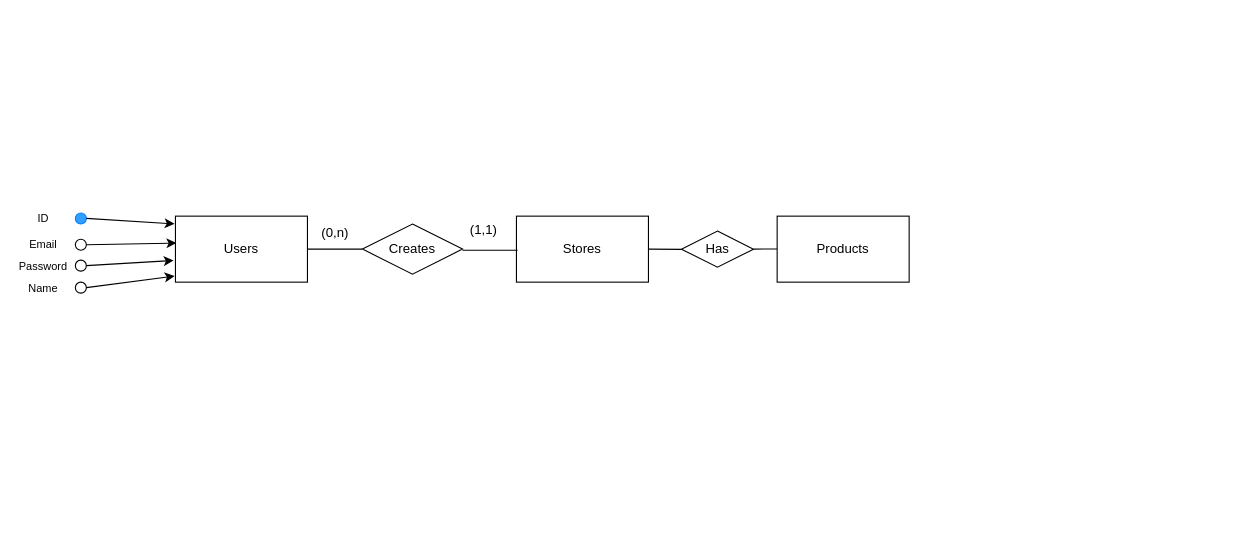
Above: Diseño coonceptual Ecommerce.drawio in calamoazul/diagramas-base-datos (draw.io), before the change. Source tidied: cells renumbered, new cells numbered last; positions are measured from the earlier drawing's top-left corner, leaving out a move shared by most shapes. Both pictures are drawn from the tidied source at 110%, with x=0, y=0 at pixel (21, 212).
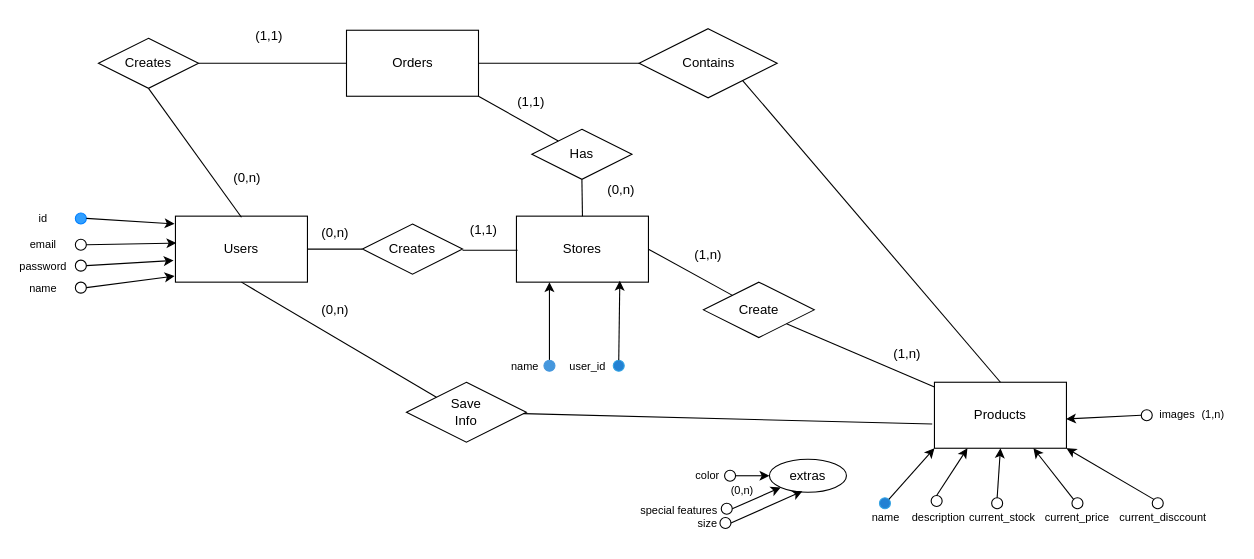
Above is the later version.

The change refers to these unchanged cells:
```xml
<mxCell id="2" value="Users" style="rounded=0;whiteSpace=wrap;html=1;" parent="1" vertex="1">
  <mxGeometry x="140" y="3" width="120" height="60" as="geometry" />
</mxCell>
<mxCell id="12" value="Stores" style="rounded=0;whiteSpace=wrap;html=1;" parent="1" vertex="1">
  <mxGeometry x="450" y="3" width="120" height="60" as="geometry" />
</mxCell>
```

The edit, as a diff of the source:
```diff
@@
-    <mxCell id="4" value="&lt;p style=&quot;line-height: 110%; font-size: 10px;&quot;&gt;Email&lt;/p&gt;" style="text;html=1;align=center;verticalAlign=middle;whiteSpace=wrap;rounded=0;" parent="1" vertex="1">
+    <mxCell id="4" value="&lt;p style=&quot;line-height: 110%; font-size: 10px;&quot;&gt;email&lt;/p&gt;" style="text;html=1;align=center;verticalAlign=middle;whiteSpace=wrap;rounded=0;" parent="1" vertex="1">
       <mxGeometry y="23" width="40" height="10" as="geometry" />
     </mxCell>
@@
-    <mxCell id="6" value="&lt;p style=&quot;line-height: 110%; font-size: 10px;&quot;&gt;Password&lt;/p&gt;" style="text;html=1;align=center;verticalAlign=middle;whiteSpace=wrap;rounded=0;" parent="1" vertex="1">
+    <mxCell id="6" value="&lt;p style=&quot;line-height: 110%; font-size: 10px;&quot;&gt;password&lt;/p&gt;" style="text;html=1;align=center;verticalAlign=middle;whiteSpace=wrap;rounded=0;" parent="1" vertex="1">
       <mxGeometry y="43" width="40" height="10" as="geometry" />
     </mxCell>
-    <mxCell id="7" value="&lt;p style=&quot;line-height: 110%; font-size: 10px;&quot;&gt;Name&lt;/p&gt;" style="text;html=1;align=center;verticalAlign=middle;whiteSpace=wrap;rounded=0;" parent="1" vertex="1">
+    <mxCell id="7" value="&lt;p style=&quot;line-height: 110%; font-size: 10px;&quot;&gt;name&lt;/p&gt;" style="text;html=1;align=center;verticalAlign=middle;whiteSpace=wrap;rounded=0;" parent="1" vertex="1">
       <mxGeometry y="63" width="40" height="10" as="geometry" />
     </mxCell>
@@
     <mxCell id="13" value="Products" style="rounded=0;whiteSpace=wrap;html=1;" parent="1" vertex="1">
-      <mxGeometry x="687" y="3" width="120" height="60" as="geometry" />
+      <mxGeometry x="830" y="154" width="120" height="60" as="geometry" />
     </mxCell>
@@
-    <mxCell id="19" value="&lt;p style=&quot;line-height: 110%; font-size: 10px;&quot;&gt;ID&lt;/p&gt;" style="text;html=1;align=center;verticalAlign=middle;whiteSpace=wrap;rounded=0;" parent="1" vertex="1">
+    <mxCell id="19" value="&lt;p style=&quot;line-height: 110%; font-size: 10px;&quot;&gt;id&lt;/p&gt;" style="text;html=1;align=center;verticalAlign=middle;whiteSpace=wrap;rounded=0;" parent="1" vertex="1">
       <mxGeometry y="0.2" width="40" height="10" as="geometry" />
     </mxCell>
@@
-    <mxCell id="22" value="Has" style="rhombus;whiteSpace=wrap;html=1;" parent="1" vertex="1">
-      <mxGeometry x="600" y="16.6" width="65.5" height="32.8" as="geometry" />
+    <mxCell id="22" value="Create" style="rhombus;whiteSpace=wrap;html=1;" parent="1" vertex="1">
+      <mxGeometry x="620" y="63" width="100.7" height="50.4" as="geometry" />
     </mxCell>
-    <mxCell id="23" style="endArrow=none;html=1;rounded=0;" parent="1" edge="1">
+    <mxCell id="23" style="endArrow=none;html=1;rounded=0;" parent="1" edge="1" target="22">
       <mxGeometry relative="1" as="geometry">
         <mxPoint x="570" y="33" as="sourcePoint" />
-        <mxPoint x="600" y="33.2" as="targetPoint" />
       </mxGeometry>
     </mxCell>
-    <mxCell id="24" style="endArrow=none;html=1;rounded=0;exitX=1;exitY=0.5;exitDx=0;exitDy=0;" parent="1" edge="1" source="22">
-      <mxGeometry relative="1" as="geometry">
-        <mxPoint x="687" y="32.8" as="targetPoint" />
-      </mxGeometry>
+    <mxCell id="24" style="endArrow=none;html=1;rounded=0;exitX=1;exitY=1;exitDx=0;exitDy=0;" parent="1" edge="1" source="22" target="13">
+      <mxGeometry relative="1" as="geometry" />
     </mxCell>
+    <mxCell id="25" style="ellipse;whiteSpace=wrap;html=1;fillColor=#2281d3;strokeColor=#34a4e4;" parent="1" vertex="1">
+      <mxGeometry x="538" y="134" width="10" height="10" as="geometry" />
+    </mxCell>
+    <mxCell id="26" value="&lt;p style=&quot;line-height: 110%; font-size: 10px;&quot;&gt;user_id&lt;/p&gt;" style="text;html=1;align=center;verticalAlign=middle;whiteSpace=wrap;rounded=0;" parent="1" vertex="1">
+      <mxGeometry x="495" y="134" width="40" height="10" as="geometry" />
+    </mxCell>
+    <mxCell id="27" value="&lt;p style=&quot;line-height: 110%; font-size: 10px;&quot;&gt;name&lt;/p&gt;" style="text;html=1;align=center;verticalAlign=middle;whiteSpace=wrap;rounded=0;" parent="1" vertex="1">
+      <mxGeometry x="438" y="134" width="40" height="10" as="geometry" />
+    </mxCell>
+    <mxCell id="28" style="endArrow=classic;html=1;rounded=0;entryX=0.25;entryY=1;entryDx=0;entryDy=0;" parent="1" edge="1" target="12">
+      <mxGeometry relative="1" as="geometry">
+        <mxPoint x="480" y="114" as="sourcePoint" />
+        <Array as="points">
+          <mxPoint x="480" y="134" />
+        </Array>
+      </mxGeometry>
+    </mxCell>
+    <mxCell id="29" style="endArrow=classic;html=1;rounded=0;entryX=0.783;entryY=0.978;entryDx=0;entryDy=0;exitX=0.5;exitY=0;exitDx=0;exitDy=0;entryPerimeter=0;" parent="1" edge="1" source="25" target="12">
+      <mxGeometry relative="1" as="geometry" />
+    </mxCell>
+    <mxCell id="30" value="Save&lt;div&gt;Info&lt;/div&gt;" style="rhombus;whiteSpace=wrap;html=1;" parent="1" vertex="1">
+      <mxGeometry x="350" y="154" width="109" height="54.5" as="geometry" />
+    </mxCell>
+    <mxCell id="31" style="endArrow=none;html=1;rounded=0;exitX=0;exitY=0;exitDx=0;exitDy=0;entryX=0.5;entryY=1;entryDx=0;entryDy=0;" parent="1" edge="1" source="30" target="2">
+      <mxGeometry relative="1" as="geometry" />
+    </mxCell>
+    <mxCell id="32" style="endArrow=none;html=1;rounded=0;entryX=-0.017;entryY=0.633;entryDx=0;entryDy=0;entryPerimeter=0;" parent="1" edge="1" source="30" target="13">
+      <mxGeometry relative="1" as="geometry" />
+    </mxCell>
+    <mxCell id="33" value="Orders" style="rounded=0;whiteSpace=wrap;html=1;" parent="1" vertex="1">
+      <mxGeometry x="295.5" y="-166" width="120" height="60" as="geometry" />
+    </mxCell>
+    <mxCell id="34" value="Contains" style="rhombus;whiteSpace=wrap;html=1;" parent="1" vertex="1">
+      <mxGeometry x="561.5" y="-167.4" width="125.5" height="62.8" as="geometry" />
+    </mxCell>
+    <mxCell id="35" style="endArrow=none;html=1;rounded=0;entryX=0;entryY=0.5;entryDx=0;entryDy=0;" parent="1" edge="1" target="34">
+      <mxGeometry relative="1" as="geometry">
+        <mxPoint x="415.5" y="-136" as="sourcePoint" />
+      </mxGeometry>
+    </mxCell>
+    <mxCell id="36" style="endArrow=none;html=1;rounded=0;entryX=0.5;entryY=0;entryDx=0;entryDy=0;exitX=1;exitY=1;exitDx=0;exitDy=0;" parent="1" edge="1" source="34" target="13">
+      <mxGeometry relative="1" as="geometry" />
+    </mxCell>
+    <mxCell id="37" value="(1,n)" style="text;html=1;align=center;verticalAlign=middle;strokeColor=none;fillColor=none;" parent="1" vertex="1">
+      <mxGeometry x="599.2" y="23" width="50" height="30" as="geometry" />
+    </mxCell>
+    <mxCell id="38" value="(1,n)" style="text;html=1;align=center;verticalAlign=middle;strokeColor=none;fillColor=none;" parent="1" vertex="1">
+      <mxGeometry x="780" y="113.4" width="50" height="30" as="geometry" />
+    </mxCell>
+    <mxCell id="39" value="Creates" style="rhombus;whiteSpace=wrap;html=1;" parent="1" vertex="1">
+      <mxGeometry x="70" y="-158.7" width="91" height="45.5" as="geometry" />
+    </mxCell>
+    <mxCell id="40" style="endArrow=none;html=1;rounded=0;entryX=0.5;entryY=1;entryDx=0;entryDy=0;" parent="1" edge="1" target="39">
+      <mxGeometry relative="1" as="geometry">
+        <mxPoint x="200" y="4" as="sourcePoint" />
+      </mxGeometry>
+    </mxCell>
+    <mxCell id="41" style="endArrow=none;html=1;rounded=0;exitX=1;exitY=0.5;exitDx=0;exitDy=0;" parent="1" edge="1" source="39">
+      <mxGeometry relative="1" as="geometry">
+        <mxPoint x="295.5" y="-136" as="targetPoint" />
+      </mxGeometry>
+    </mxCell>
+    <mxCell id="42" value="(0,n)" style="text;html=1;align=center;verticalAlign=middle;strokeColor=none;fillColor=none;" parent="1" vertex="1">
+      <mxGeometry x="180" y="-47" width="50" height="30" as="geometry" />
+    </mxCell>
+    <mxCell id="43" value="(1,1)" style="text;html=1;align=center;verticalAlign=middle;strokeColor=none;fillColor=none;" parent="1" vertex="1">
+      <mxGeometry x="200" y="-176" width="50" height="30" as="geometry" />
+    </mxCell>
+    <mxCell id="44" style="ellipse;whiteSpace=wrap;html=1;strokeColor=#4597dd;fillColor=#4597dd;" parent="1" vertex="1">
+      <mxGeometry x="475" y="134" width="10" height="10" as="geometry" />
+    </mxCell>
+    <mxCell id="45" value="Has" style="rhombus;whiteSpace=wrap;html=1;" parent="1" vertex="1">
+      <mxGeometry x="464" y="-76" width="91" height="45.5" as="geometry" />
+    </mxCell>
+    <mxCell id="46" style="endArrow=none;html=1;rounded=0;" parent="1" edge="1" source="45">
+      <mxGeometry relative="1" as="geometry">
+        <mxPoint x="415.5" y="-106" as="targetPoint" />
+      </mxGeometry>
+    </mxCell>
+    <mxCell id="47" style="endArrow=none;html=1;rounded=0;entryX=0.5;entryY=1;entryDx=0;entryDy=0;exitX=0.5;exitY=0;exitDx=0;exitDy=0;" parent="1" edge="1" source="12" target="45">
+      <mxGeometry relative="1" as="geometry" />
+    </mxCell>
+    <mxCell id="48" value="(0,n)" style="text;html=1;align=center;verticalAlign=middle;strokeColor=none;fillColor=none;" parent="1" vertex="1">
+      <mxGeometry x="520" y="-36" width="50" height="30" as="geometry" />
+    </mxCell>
+    <mxCell id="49" value="(1,1)" style="text;html=1;align=center;verticalAlign=middle;strokeColor=none;fillColor=none;" parent="1" vertex="1">
+      <mxGeometry x="438" y="-116" width="50" height="30" as="geometry" />
+    </mxCell>
+    <mxCell id="50" style="ellipse;whiteSpace=wrap;html=1;fillColor=#2281d3;strokeColor=#34a4e4;" parent="1" vertex="1">
+      <mxGeometry x="780" y="259" width="10" height="10" as="geometry" />
+    </mxCell>
+    <mxCell id="51" value="&lt;p style=&quot;line-height: 110%; font-size: 10px;&quot;&gt;name&lt;/p&gt;" style="text;html=1;align=center;verticalAlign=middle;whiteSpace=wrap;rounded=0;" parent="1" vertex="1">
+      <mxGeometry x="766" y="272" width="40" height="10" as="geometry" />
+    </mxCell>
+    <mxCell id="52" style="ellipse;whiteSpace=wrap;html=1;fillColor=none;strokeColor=#000000;" parent="1" vertex="1">
+      <mxGeometry x="827" y="257" width="10" height="10" as="geometry" />
+    </mxCell>
+    <mxCell id="53" value="&lt;p style=&quot;line-height: 110%; font-size: 10px;&quot;&gt;description&lt;/p&gt;" style="text;html=1;align=center;verticalAlign=middle;whiteSpace=wrap;rounded=0;" parent="1" vertex="1">
+      <mxGeometry x="814" y="272" width="40" height="10" as="geometry" />
+    </mxCell>
+    <mxCell id="54" style="ellipse;whiteSpace=wrap;html=1;fillColor=none;strokeColor=#000000;" parent="1" vertex="1">
+      <mxGeometry x="882" y="259" width="10" height="10" as="geometry" />
+    </mxCell>
+    <mxCell id="55" value="&lt;p style=&quot;line-height: 110%; font-size: 10px;&quot;&gt;current_stock&lt;/p&gt;" style="text;html=1;align=center;verticalAlign=middle;whiteSpace=wrap;rounded=0;" parent="1" vertex="1">
+      <mxGeometry x="872" y="272" width="40" height="10" as="geometry" />
+    </mxCell>
+    <mxCell id="56" value="&lt;p style=&quot;line-height: 110%; font-size: 10px;&quot;&gt;current_price&lt;/p&gt;" style="text;html=1;align=center;verticalAlign=middle;whiteSpace=wrap;rounded=0;" parent="1" vertex="1">
+      <mxGeometry x="940" y="272" width="40" height="10" as="geometry" />
+    </mxCell>
+    <mxCell id="57" style="ellipse;whiteSpace=wrap;html=1;fillColor=none;strokeColor=#000000;" parent="1" vertex="1">
+      <mxGeometry x="955" y="259" width="10" height="10" as="geometry" />
+    </mxCell>
+    <mxCell id="58" value="&lt;p style=&quot;line-height: 110%; font-size: 10px;&quot;&gt;current_disccount&lt;/p&gt;" style="text;html=1;align=center;verticalAlign=middle;whiteSpace=wrap;rounded=0;" parent="1" vertex="1">
+      <mxGeometry x="1018" y="272" width="40" height="10" as="geometry" />
+    </mxCell>
+    <mxCell id="59" style="ellipse;whiteSpace=wrap;html=1;fillColor=none;strokeColor=#000000;" parent="1" vertex="1">
+      <mxGeometry x="1028" y="259" width="10" height="10" as="geometry" />
+    </mxCell>
+    <mxCell id="60" value="(0,n)" style="text;html=1;align=center;verticalAlign=middle;strokeColor=none;fillColor=none;" parent="1" vertex="1">
+      <mxGeometry x="260" y="73" width="50" height="30" as="geometry" />
+    </mxCell>
+    <mxCell id="61" style="ellipse;whiteSpace=wrap;html=1;fillColor=none;strokeColor=#000000;" parent="1" vertex="1">
+      <mxGeometry x="1018" y="179" width="10" height="10" as="geometry" />
+    </mxCell>
+    <mxCell id="62" value="&lt;p style=&quot;line-height: 110%; font-size: 10px;&quot;&gt;images&lt;/p&gt;" style="text;html=1;align=center;verticalAlign=middle;whiteSpace=wrap;rounded=0;" parent="1" vertex="1">
+      <mxGeometry x="1031" y="178" width="40" height="10" as="geometry" />
+    </mxCell>
+    <mxCell id="63" value="&lt;font style=&quot;font-size: 10px;&quot;&gt;(1,n)&lt;/font&gt;" style="text;html=1;align=center;verticalAlign=middle;strokeColor=none;fillColor=none;" parent="1" vertex="1">
+      <mxGeometry x="1063" y="168" width="40" height="30" as="geometry" />
+    </mxCell>
+    <mxCell id="64" value="extras" style="ellipse;whiteSpace=wrap;html=1;" parent="1" vertex="1">
+      <mxGeometry x="680" y="224" width="70" height="30" as="geometry" />
+    </mxCell>
+    <mxCell id="65" value="&lt;p style=&quot;line-height: 110%; font-size: 10px;&quot;&gt;color&lt;/p&gt;" style="text;html=1;align=center;verticalAlign=middle;whiteSpace=wrap;rounded=0;" parent="1" vertex="1">
+      <mxGeometry x="604.2" y="233" width="40" height="10" as="geometry" />
+    </mxCell>
+    <mxCell id="66" value="&lt;p style=&quot;line-height: 110%; font-size: 10px;&quot;&gt;special features&lt;/p&gt;" style="text;html=1;align=center;verticalAlign=middle;whiteSpace=wrap;rounded=0;" parent="1" vertex="1">
+      <mxGeometry x="553" y="265" width="90" height="10" as="geometry" />
+    </mxCell>
+    <mxCell id="67" value="&lt;p style=&quot;line-height: 110%; font-size: 10px;&quot;&gt;size&lt;/p&gt;" style="text;html=1;align=center;verticalAlign=middle;whiteSpace=wrap;rounded=0;" parent="1" vertex="1">
+      <mxGeometry x="604.2" y="277" width="40" height="10" as="geometry" />
+    </mxCell>
+    <mxCell id="68" style="ellipse;whiteSpace=wrap;html=1;fillColor=none;strokeColor=#000000;" parent="1" vertex="1">
+      <mxGeometry x="639.2" y="234" width="10" height="10" as="geometry" />
+    </mxCell>
+    <mxCell id="69" style="ellipse;whiteSpace=wrap;html=1;fillColor=none;strokeColor=#000000;" parent="1" vertex="1">
+      <mxGeometry x="636.2" y="264" width="10" height="10" as="geometry" />
+    </mxCell>
+    <mxCell id="70" style="ellipse;whiteSpace=wrap;html=1;fillColor=none;strokeColor=#000000;" parent="1" vertex="1">
+      <mxGeometry x="635" y="277" width="10" height="10" as="geometry" />
+    </mxCell>
+    <mxCell id="71" style="endArrow=classic;html=1;rounded=0;entryX=0;entryY=1;entryDx=0;entryDy=0;exitX=1;exitY=0.5;exitDx=0;exitDy=0;" parent="1" edge="1" source="69" target="64">
+      <mxGeometry relative="1" as="geometry" />
+    </mxCell>
+    <mxCell id="72" style="endArrow=classic;html=1;rounded=0;" parent="1" edge="1" target="64">
+      <mxGeometry relative="1" as="geometry">
+        <mxPoint x="649.2" y="239" as="sourcePoint" />
+      </mxGeometry>
+    </mxCell>
+    <mxCell id="73" style="endArrow=classic;html=1;rounded=0;exitX=1;exitY=0.5;exitDx=0;exitDy=0;" parent="1" edge="1" source="70">
+      <mxGeometry relative="1" as="geometry">
+        <mxPoint x="710" y="253" as="targetPoint" />
+      </mxGeometry>
+    </mxCell>
+    <mxCell id="74" value="&lt;font style=&quot;font-size: 10px;&quot;&gt;(0,n)&lt;/font&gt;" style="text;html=1;align=center;verticalAlign=middle;strokeColor=none;fillColor=none;" parent="1" vertex="1">
+      <mxGeometry x="635" y="237" width="40" height="30" as="geometry" />
+    </mxCell>
+    <mxCell id="75" style="endArrow=classic;html=1;rounded=0;exitX=0;exitY=0.5;exitDx=0;exitDy=0;entryX=0.997;entryY=0.557;entryDx=0;entryDy=0;entryPerimeter=0;" parent="1" edge="1" source="61" target="13">
+      <mxGeometry relative="1" as="geometry" />
+    </mxCell>
+    <mxCell id="76" style="endArrow=classic;html=1;rounded=0;exitX=0;exitY=0;exitDx=0;exitDy=0;entryX=1;entryY=1;entryDx=0;entryDy=0;" parent="1" edge="1" source="59" target="13">
+      <mxGeometry relative="1" as="geometry" />
+    </mxCell>
+    <mxCell id="77" style="endArrow=classic;html=1;rounded=0;entryX=0.75;entryY=1;entryDx=0;entryDy=0;exitX=0;exitY=0;exitDx=0;exitDy=0;" parent="1" edge="1" source="57" target="13">
+      <mxGeometry relative="1" as="geometry" />
+    </mxCell>
+    <mxCell id="78" style="endArrow=classic;html=1;rounded=0;entryX=0.5;entryY=1;entryDx=0;entryDy=0;exitX=0.5;exitY=0;exitDx=0;exitDy=0;" parent="1" edge="1" source="54" target="13">
+      <mxGeometry relative="1" as="geometry" />
+    </mxCell>
+    <mxCell id="79" style="endArrow=classic;html=1;rounded=0;entryX=0.25;entryY=1;entryDx=0;entryDy=0;exitX=0.5;exitY=0;exitDx=0;exitDy=0;" parent="1" edge="1" source="52" target="13">
+      <mxGeometry relative="1" as="geometry" />
+    </mxCell>
+    <mxCell id="80" style="endArrow=classic;html=1;rounded=0;entryX=0;entryY=1;entryDx=0;entryDy=0;exitX=1;exitY=0;exitDx=0;exitDy=0;" parent="1" edge="1" source="50" target="13">
+      <mxGeometry relative="1" as="geometry" />
+    </mxCell>
```
